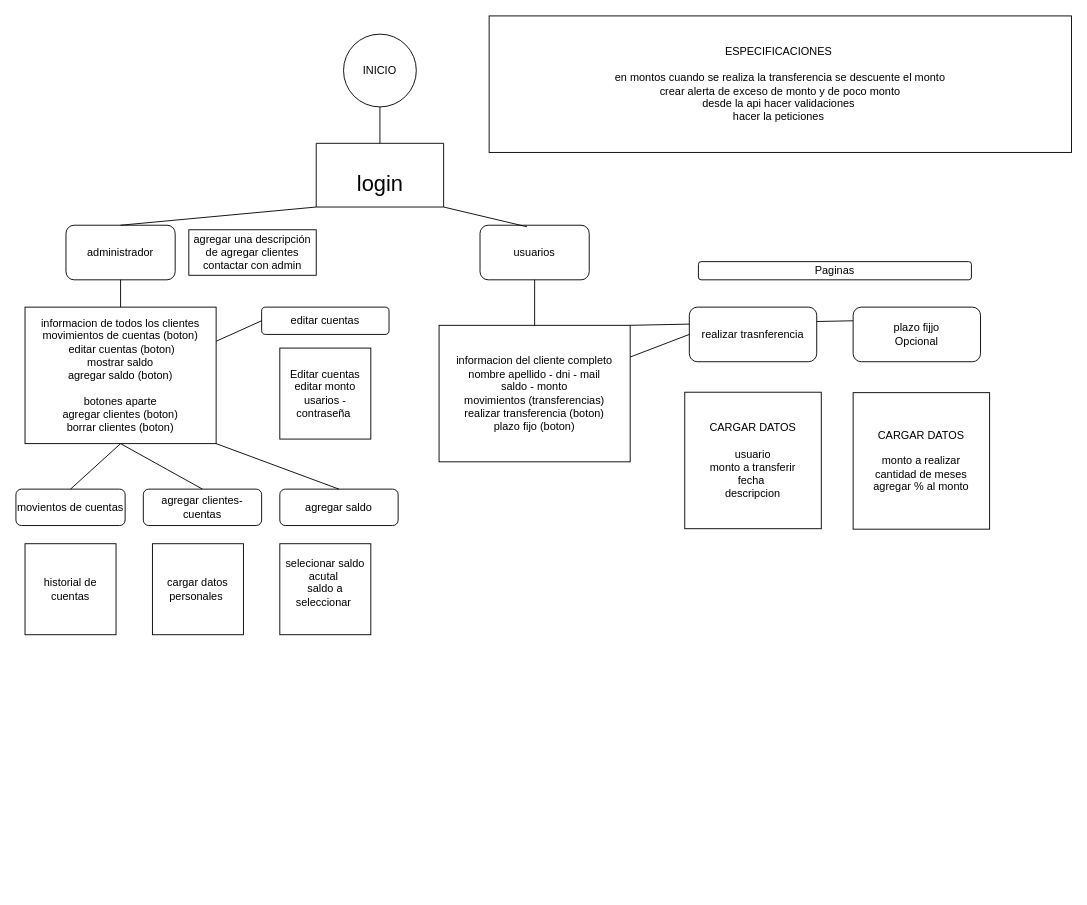
Earlier version of the draw.io diagram bancoproyect.drawio (chavow5/Trabajos-prueba-david). Source tidied: cells renumbered, new cells numbered last; positions are measured from the earlier drawing's top-left corner, leaving out a move shared by most shapes. Both pictures are drawn from the tidied source at 91%, with x=0, y=0 at pixel (15, 15).
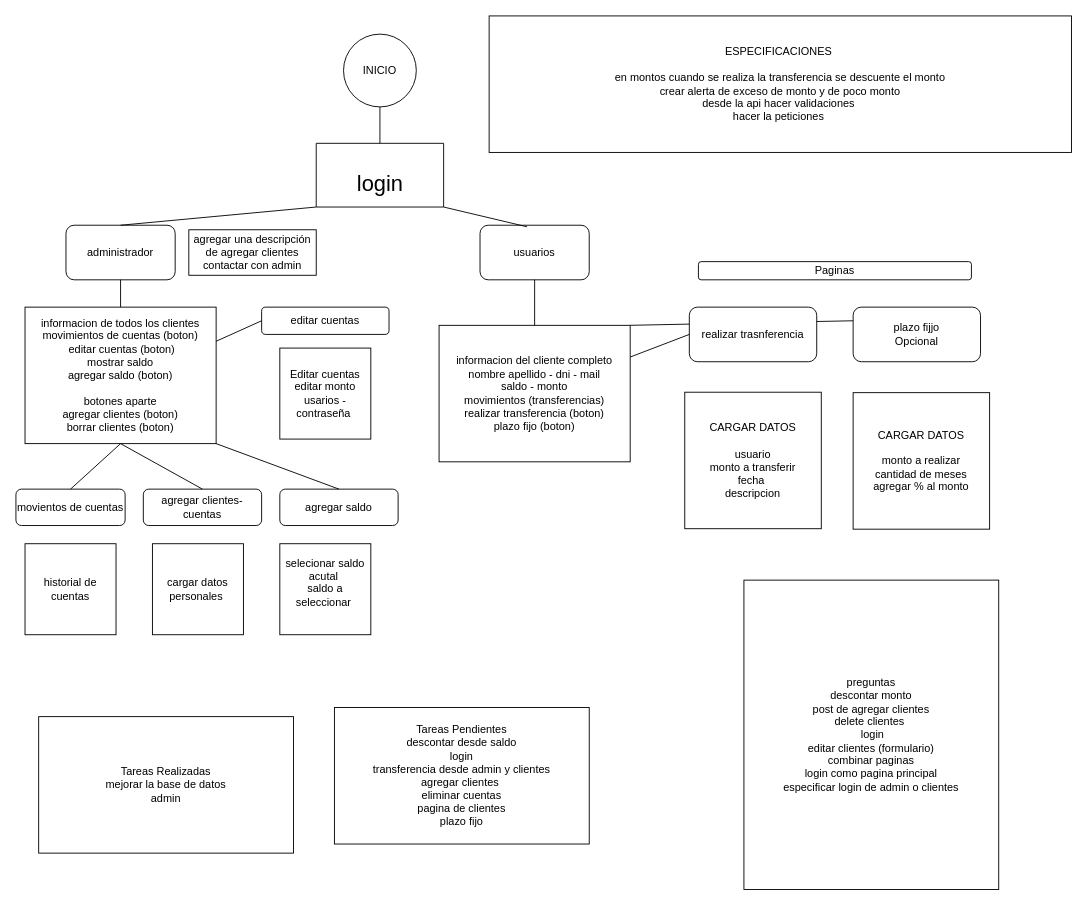
The same diagram, later.

Change to the diagram source:
```diff
@@
+    <mxCell id="37" value="Tareas Realizadas&lt;br&gt;mejorar la base de datos&lt;br&gt;admin&lt;br&gt;" style="rounded=0;whiteSpace=wrap;html=1;align=center;" parent="1" vertex="1">
+      <mxGeometry x="25" y="770" width="280" height="150" as="geometry" />
+    </mxCell>
+    <mxCell id="38" value="Tareas Pendientes&lt;br&gt;descontar desde saldo&lt;br&gt;login&lt;br&gt;transferencia desde admin y clientes&lt;br&gt;agregar clientes&amp;nbsp;&lt;br&gt;eliminar cuentas&lt;br&gt;pagina de clientes&lt;br&gt;plazo fijo" style="rounded=0;whiteSpace=wrap;html=1;align=center;" parent="1" vertex="1">
+      <mxGeometry x="350" y="760" width="280" height="150" as="geometry" />
+    </mxCell>
+    <mxCell id="39" value="preguntas&lt;br&gt;descontar monto&lt;br&gt;post de agregar clientes&lt;br&gt;delete clientes&amp;nbsp;&lt;br&gt;&amp;nbsp;login&lt;br&gt;editar clientes (formulario)&lt;br&gt;combinar paginas&lt;br&gt;login como pagina principal&lt;br&gt;especificar login de admin o clientes&lt;br&gt;" style="rounded=0;whiteSpace=wrap;html=1;align=center;" parent="1" vertex="1">
+      <mxGeometry x="800" y="620" width="280" height="340" as="geometry" />
+    </mxCell>
```
